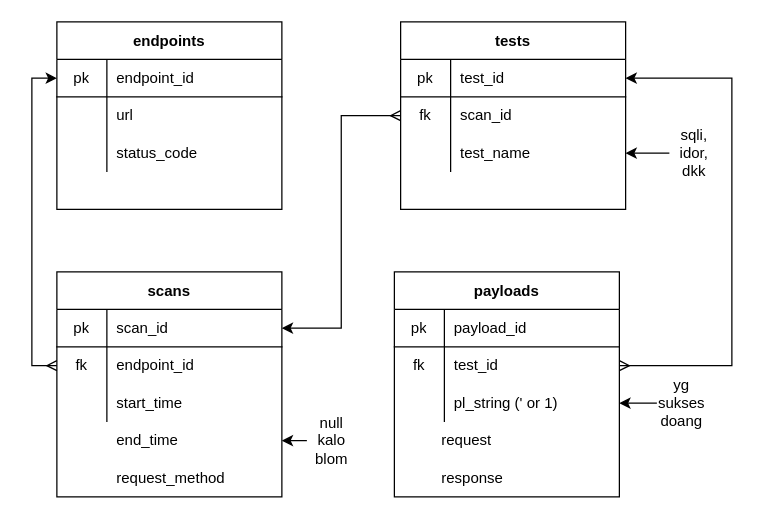
kevindoubleu/APISploit keeps this draw.io diagram as docs/db.drawio. Above is the earlier version. Source tidied: cells renumbered, new cells numbered last; positions are measured from the earlier drawing's top-left corner, leaving out a move shared by most shapes. Both pictures are drawn from the tidied source at 125%, with x=0, y=0 at pixel (56, 21).
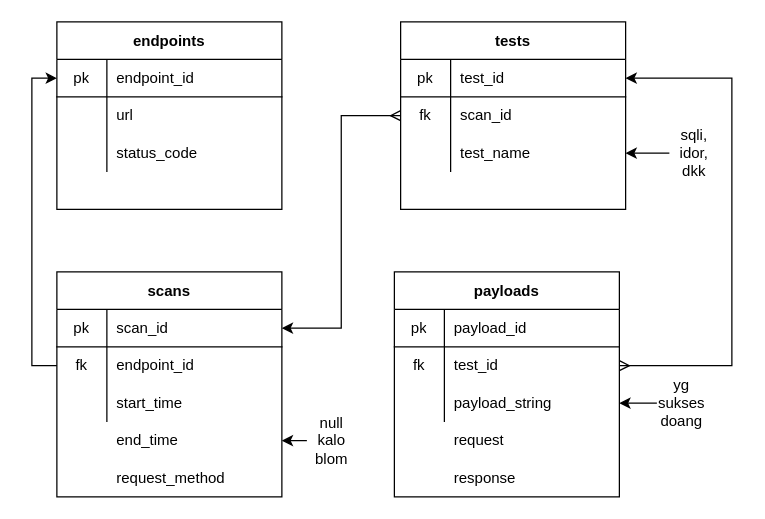
After the change.

The change refers to these unchanged cells:
```xml
<mxCell id="6" style="shape=partialRectangle;html=1;whiteSpace=wrap;fillColor=none;top=0;left=0;bottom=0;right=0;points=[[0,0.5],[1,0.5]];portConstraint=eastwest;" parent="2" vertex="1">
  <mxGeometry y="60" width="180" height="30" as="geometry" />
</mxCell>
<mxCell id="29" style="shape=partialRectangle;html=1;whiteSpace=wrap;fillColor=none;top=0;left=0;bottom=0;right=0;points=[[0,0.5],[1,0.5]];portConstraint=eastwest;" parent="22" vertex="1">
  <mxGeometry y="90" width="180" height="30" as="geometry" />
</mxCell>
<mxCell id="49" style="shape=partialRectangle;html=1;whiteSpace=wrap;fillColor=none;top=0;left=0;bottom=1;right=0;points=[[0,0.5],[1,0.5]];portConstraint=eastwest;" parent="48" vertex="1">
  <mxGeometry y="30" width="180" height="30" as="geometry" />
</mxCell>
```

What changed in the source:
```diff
@@
-    <mxCell id="31" value="pl_string (' or 1)" style="shape=partialRectangle;html=1;whiteSpace=wrap;fillColor=none;top=0;left=0;bottom=0;right=0;align=left;spacingLeft=6;overflow=hidden;" parent="29" vertex="1">
+    <mxCell id="31" value="payload_string" style="shape=partialRectangle;html=1;whiteSpace=wrap;fillColor=none;top=0;left=0;bottom=0;right=0;align=left;spacingLeft=6;overflow=hidden;" parent="29" vertex="1">
       <mxGeometry x="40" width="140" height="30" as="geometry" />
     </mxCell>
     <mxCell id="32" style="shape=partialRectangle;html=1;whiteSpace=wrap;fillColor=none;top=0;left=0;bottom=0;right=0;overflow=hidden;" parent="1" vertex="1">
-      <mxGeometry x="260" y="320" width="40" height="30" as="geometry" />
+      <mxGeometry x="270" y="320" width="40" height="30" as="geometry" />
     </mxCell>
     <mxCell id="33" value="request" style="shape=partialRectangle;html=1;whiteSpace=wrap;fillColor=none;top=0;left=0;bottom=0;right=0;align=left;spacingLeft=6;overflow=hidden;" parent="1" vertex="1">
-      <mxGeometry x="300" y="320" width="140" height="30" as="geometry" />
+      <mxGeometry x="310" y="320" width="140" height="30" as="geometry" />
     </mxCell>
@@
     <mxCell id="40" style="shape=partialRectangle;html=1;whiteSpace=wrap;fillColor=none;top=0;left=0;bottom=0;right=0;overflow=hidden;" parent="1" vertex="1">
-      <mxGeometry x="260" y="350" width="40" height="30" as="geometry" />
+      <mxGeometry x="270" y="350" width="40" height="30" as="geometry" />
     </mxCell>
     <mxCell id="41" value="response" style="shape=partialRectangle;html=1;whiteSpace=wrap;fillColor=none;top=0;left=0;bottom=0;right=0;align=left;spacingLeft=6;overflow=hidden;" parent="1" vertex="1">
-      <mxGeometry x="300" y="350" width="140" height="30" as="geometry" />
+      <mxGeometry x="310" y="350" width="140" height="30" as="geometry" />
     </mxCell>
@@
-    <mxCell id="58" style="edgeStyle=orthogonalEdgeStyle;rounded=0;jettySize=auto;html=1;entryX=0;entryY=0.5;entryDx=0;entryDy=0;startArrow=ERmany;startFill=0;" parent="1" edge="1" source="6" target="49">
+    <mxCell id="58" style="edgeStyle=orthogonalEdgeStyle;rounded=0;jettySize=auto;html=1;entryX=0;entryY=0.5;entryDx=0;entryDy=0;startArrow=none;startFill=0;" parent="1" edge="1" source="6" target="49">
       <mxGeometry relative="1" as="geometry" />
     </mxCell>
```
